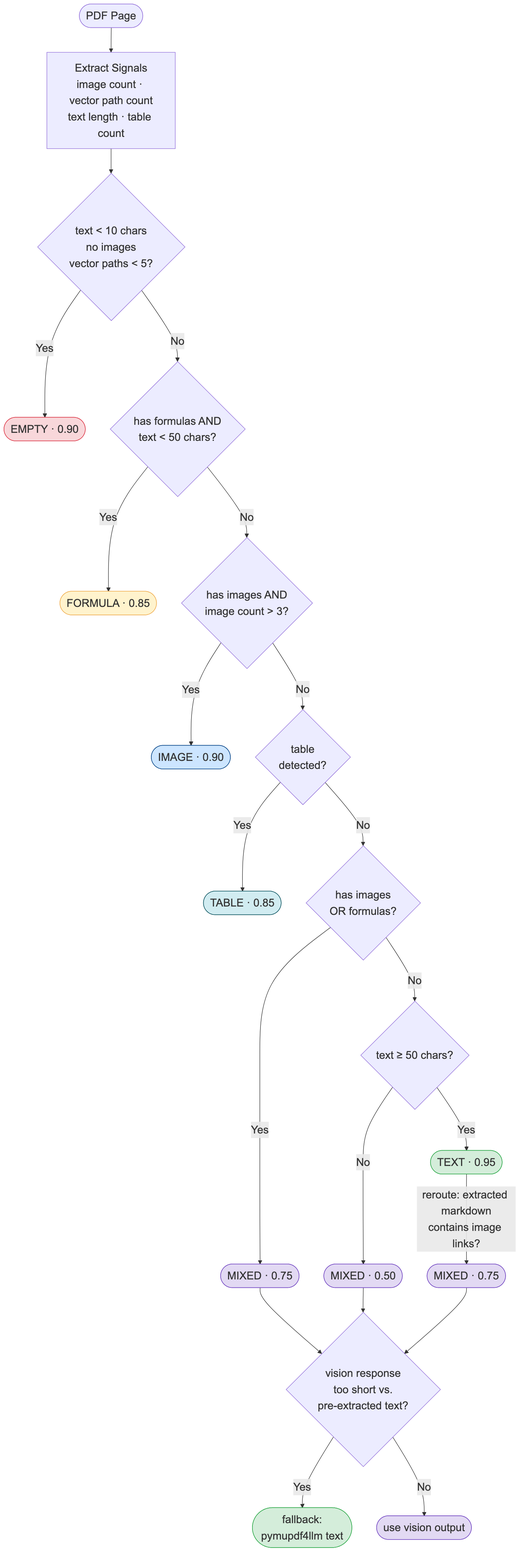
Before: Thesis_Paper/bilder/classifier.png, a diagram exported from Mermaid (noormartini/pdf2md). Its source is kept beside it as Thesis_Paper/diagrams/classifier.mmd.
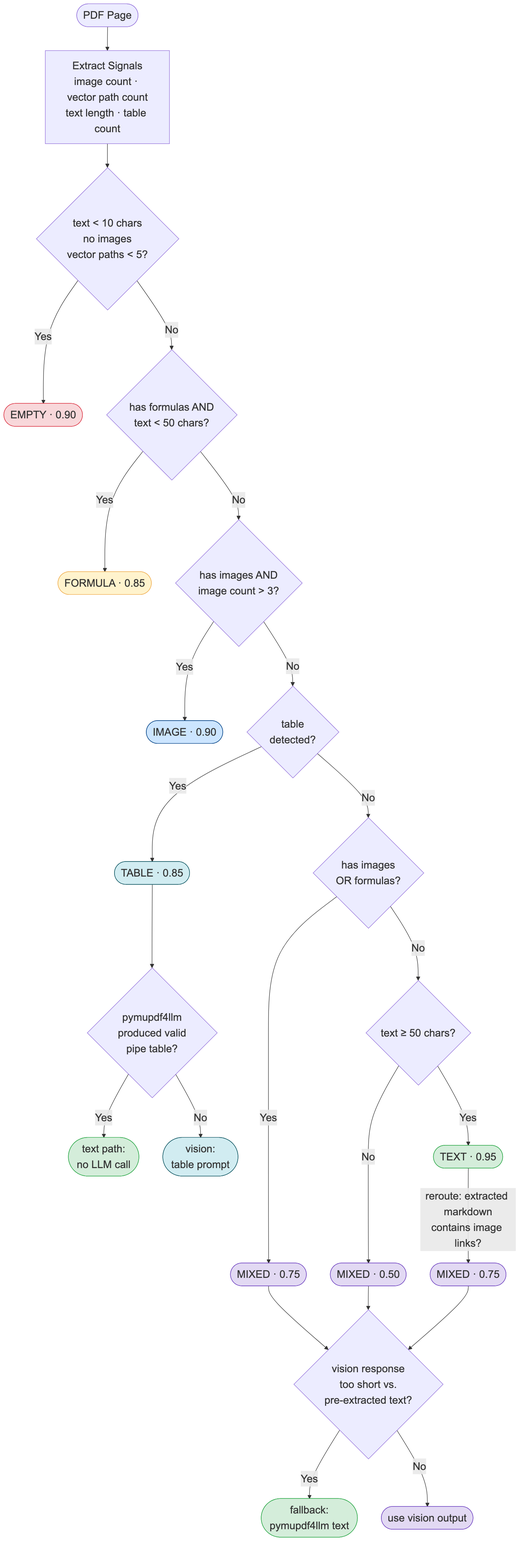
The same file after the commit.

Diff of the diagram source:
```diff
@@ -13,6 +13,9 @@
 
     G -->|No| I{table\ndetected?}
     I -->|Yes| J([TABLE · 0.85])
+    J --> T{pymupdf4llm\nproduced valid\npipe table?}
+    T -->|Yes| U([text path:\nno LLM call])
+    T -->|No| V([vision:\ntable prompt])
 
     I -->|No| K{has images\nOR formulas?}
     K -->|Yes| L([MIXED · 0.75])
@@ -33,6 +36,8 @@
     style F fill:#fff3cd,stroke:#f0ad4e
     style H fill:#cce5ff,stroke:#004085
     style J fill:#d1ecf1,stroke:#0c5460
+    style U fill:#d4edda,stroke:#28a745
+    style V fill:#d1ecf1,stroke:#0c5460
     style L fill:#e2d9f3,stroke:#6f42c1
     style N fill:#d4edda,stroke:#28a745
     style O fill:#e2d9f3,stroke:#6f42c1
```
